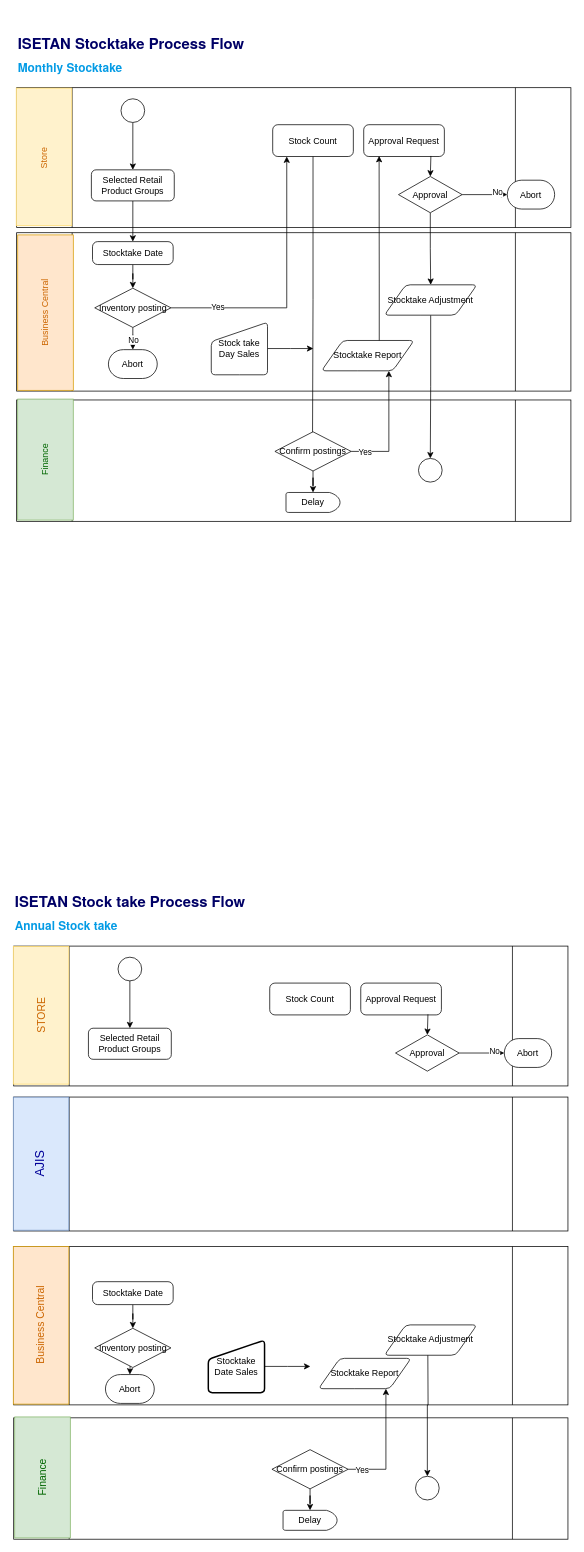
This is StockTake_Process_Flow.drawio from kasungl/Isetan_Help, a draw.io file, before an edit. Source tidied: cells renumbered, new cells numbered last; positions are measured from the earlier drawing's top-left corner, leaving out a move shared by most shapes. Both pictures are drawn from the tidied source at 74%, with x=0, y=0 at pixel (-38, 27).
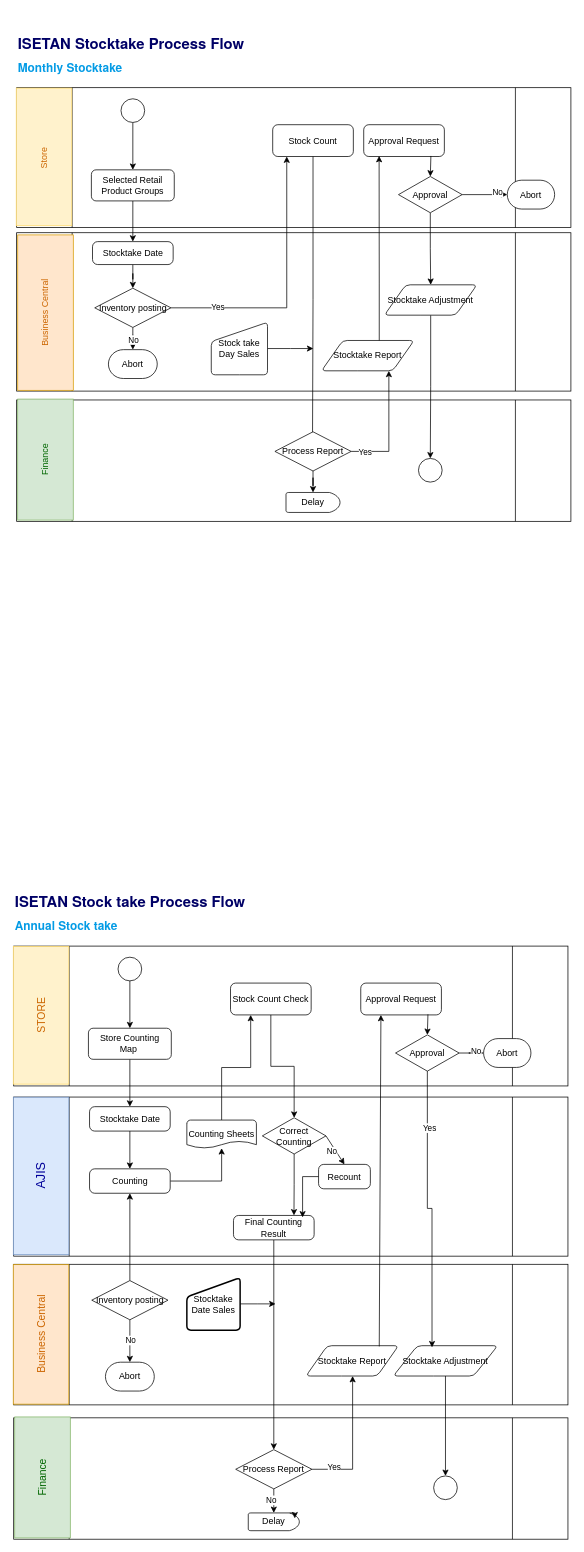
Above is the later version.

The change refers to these unchanged cells:
```xml
<mxCell id="69" value="Approval Request" style="rounded=1;whiteSpace=wrap;html=1;absoluteArcSize=1;arcSize=14;strokeWidth=1;" parent="1" vertex="1">
  <mxGeometry x="539" y="1291" width="109" height="43" as="geometry" />
</mxCell>
<mxCell id="70" value="Approval" style="strokeWidth=1;html=1;shape=mxgraph.flowchart.decision;whiteSpace=wrap;" parent="1" vertex="1">
  <mxGeometry x="586" y="1361" width="86" height="49" as="geometry" />
</mxCell>
```

Change to the diagram source:
```diff
@@
+    <mxCell id="78" style="shape=process;whiteSpace=wrap;html=1;backgroundOutline=1;rounded=0;" parent="1" vertex="1">
+      <mxGeometry x="70" y="1445" width="749" height="215" as="geometry" />
+    </mxCell>
@@
-    <mxCell id="30" value="Confirm postings" style="rhombus;whiteSpace=wrap;html=1;" parent="1" vertex="1">
+    <mxCell id="30" value="Process Report" style="rhombus;whiteSpace=wrap;html=1;" parent="1" vertex="1">
       <mxGeometry x="423" y="546" width="103" height="53" as="geometry" />
     </mxCell>
@@
     <mxCell id="45" style="shape=process;whiteSpace=wrap;html=1;backgroundOutline=1;rounded=0;" parent="1" vertex="1">
-      <mxGeometry x="70" y="1647" width="749" height="214" as="geometry" />
+      <mxGeometry x="70" y="1671" width="749" height="190" as="geometry" />
     </mxCell>
@@
     <mxCell id="50" value="&lt;font style=&quot;font-size: 14px;&quot;&gt;Business Central&lt;/font&gt;" style="rounded=0;whiteSpace=wrap;html=1;rotation=-90;strokeColor=#d79b00;fillColor=#ffe6cc;labelBorderColor=none;fontColor=#CC6600;" parent="1" vertex="1">
-      <mxGeometry x="0.5" y="1715.9" width="213" height="75.1" as="geometry" />
+      <mxGeometry x="12.7" y="1728.2" width="188.5" height="75.1" as="geometry" />
     </mxCell>
@@
+    <mxCell id="80" style="edgeStyle=orthogonalEdgeStyle;rounded=0;jettySize=auto;html=1;" parent="1" edge="1" source="53" target="60">
+      <mxGeometry relative="1" as="geometry" />
+    </mxCell>
-    <mxCell id="53" value="Selected Retail Product Groups" style="rounded=1;whiteSpace=wrap;html=1;" parent="1" vertex="1">
+    <mxCell id="53" value="Store Counting&lt;br&gt;Map&amp;nbsp;" style="rounded=1;whiteSpace=wrap;html=1;" parent="1" vertex="1">
       <mxGeometry x="171" y="1352" width="112" height="42" as="geometry" />
     </mxCell>
-    <mxCell id="54" style="edgeStyle=orthogonalEdgeStyle;rounded=0;jettySize=auto;html=1;" parent="1" edge="1" target="57">
-      <mxGeometry relative="1" as="geometry">
-        <mxPoint x="227" y="1780.5" as="sourcePoint" />
-      </mxGeometry>
+    <mxCell id="54" style="edgeStyle=orthogonalEdgeStyle;rounded=0;jettySize=auto;html=1;exitX=0.5;exitY=1;exitDx=0;exitDy=0;" parent="1" edge="1" source="56" target="57">
+      <mxGeometry relative="1" as="geometry" />
     </mxCell>
@@
+    <mxCell id="81" style="edgeStyle=orthogonalEdgeStyle;rounded=0;jettySize=auto;html=1;entryX=0.5;entryY=1;entryDx=0;entryDy=0;" parent="1" edge="1" source="56" target="87">
+      <mxGeometry relative="1" as="geometry" />
+    </mxCell>
     <mxCell id="56" value="Inventory posting" style="rhombus;whiteSpace=wrap;html=1;" parent="1" vertex="1">
-      <mxGeometry x="179.5" y="1757.5" width="103" height="53" as="geometry" />
+      <mxGeometry x="175.5" y="1693" width="103" height="53" as="geometry" />
     </mxCell>
     <mxCell id="57" value="Abort" style="strokeWidth=1;html=1;shape=mxgraph.flowchart.terminator;whiteSpace=wrap;" parent="1" vertex="1">
-      <mxGeometry x="194" y="1820" width="66" height="39" as="geometry" />
+      <mxGeometry x="194" y="1803.3" width="66" height="39" as="geometry" />
     </mxCell>
-    <mxCell id="58" value="Stock Count" style="rounded=1;whiteSpace=wrap;html=1;absoluteArcSize=1;arcSize=14;strokeWidth=1;" parent="1" vertex="1">
-      <mxGeometry x="416" y="1291" width="109" height="43" as="geometry" />
+    <mxCell id="58" value="Stock Count Check" style="rounded=1;whiteSpace=wrap;html=1;absoluteArcSize=1;arcSize=14;strokeWidth=1;" parent="1" vertex="1">
+      <mxGeometry x="363" y="1291" width="109" height="43" as="geometry" />
     </mxCell>
-    <mxCell id="59" style="edgeStyle=orthogonalEdgeStyle;rounded=0;jettySize=auto;html=1;entryX=0.5;entryY=0;entryDx=0;entryDy=0;" parent="1" edge="1" source="60" target="56">
-      <mxGeometry relative="1" as="geometry" />
-    </mxCell>
+    <mxCell id="82" style="edgeStyle=orthogonalEdgeStyle;rounded=0;jettySize=auto;html=1;entryX=0.5;entryY=0;entryDx=0;entryDy=0;" parent="1" edge="1" source="60" target="87">
+      <mxGeometry relative="1" as="geometry" />
+    </mxCell>
     <mxCell id="60" value="Stocktake Date" style="rounded=1;whiteSpace=wrap;html=1;absoluteArcSize=1;arcSize=14;strokeWidth=1;" parent="1" vertex="1">
-      <mxGeometry x="176.5" y="1694.5" width="109" height="31" as="geometry" />
+      <mxGeometry x="172.5" y="1458" width="109" height="33" as="geometry" />
     </mxCell>
-    <mxCell id="61" style="edgeStyle=orthogonalEdgeStyle;rounded=0;jettySize=auto;html=1;" parent="1" edge="1" source="62">
-      <mxGeometry relative="1" as="geometry">
-        <mxPoint x="470.9" y="1809" as="targetPoint" />
-      </mxGeometry>
-    </mxCell>
+    <mxCell id="83" style="edgeStyle=orthogonalEdgeStyle;rounded=0;jettySize=auto;html=1;" parent="1" edge="1" source="62">
+      <mxGeometry relative="1" as="geometry">
+        <mxPoint x="423.8" y="1724.5" as="targetPoint" />
+      </mxGeometry>
+    </mxCell>
     <mxCell id="62" value="Stocktake Date Sales" style="html=1;strokeWidth=2;shape=manualInput;whiteSpace=wrap;rounded=1;size=26;arcSize=11;" parent="1" vertex="1">
-      <mxGeometry x="333" y="1773.5" width="76" height="71" as="geometry" />
+      <mxGeometry x="304" y="1689" width="72" height="71" as="geometry" />
     </mxCell>
     <mxCell id="63" value="Stocktake Report" style="shape=parallelogram;html=1;strokeWidth=1;perimeter=parallelogramPerimeter;whiteSpace=wrap;rounded=1;arcSize=12;size=0.23;" parent="1" vertex="1">
-      <mxGeometry x="482" y="1798.1" width="125" height="41" as="geometry" />
+      <mxGeometry x="465" y="1781" width="125" height="41" as="geometry" />
     </mxCell>
+    <mxCell id="66" style="edgeStyle=orthogonalEdgeStyle;rounded=0;jettySize=auto;html=1;" parent="1" edge="1" source="67" target="68">
+      <mxGeometry relative="1" as="geometry" />
+    </mxCell>
+    <mxCell id="84" value="No" style="edgeLabel;html=1;align=center;verticalAlign=middle;" parent="66" vertex="1">
+      <mxGeometry x="-0.35" y="-4" relative="1" as="geometry" />
+    </mxCell>
     <mxCell id="64" style="edgeStyle=orthogonalEdgeStyle;rounded=0;jettySize=auto;html=1;" parent="1" edge="1" source="67" target="63">
       <mxGeometry relative="1" as="geometry">
         <Array as="points">
-          <mxPoint x="573" y="1948.5" />
+          <mxPoint x="528" y="1948" />
         </Array>
       </mxGeometry>
     </mxCell>
-    <mxCell id="65" value="Yes" style="edgeLabel;html=1;align=center;verticalAlign=middle;" parent="64" vertex="1">
-      <mxGeometry x="-0.77" y="-1" relative="1" as="geometry" />
-    </mxCell>
-    <mxCell id="66" style="edgeStyle=orthogonalEdgeStyle;rounded=0;jettySize=auto;html=1;" parent="1" edge="1" source="67" target="68">
-      <mxGeometry relative="1" as="geometry" />
-    </mxCell>
+    <mxCell id="85" value="Yes" style="edgeLabel;html=1;align=center;verticalAlign=middle;" parent="64" vertex="1">
+      <mxGeometry x="-0.68" y="3" relative="1" as="geometry" />
+    </mxCell>
-    <mxCell id="67" value="Confirm postings" style="rhombus;whiteSpace=wrap;html=1;" parent="1" vertex="1">
-      <mxGeometry x="419" y="1921.5" width="103" height="53" as="geometry" />
+    <mxCell id="67" value="Process Report" style="rhombus;whiteSpace=wrap;html=1;" parent="1" vertex="1">
+      <mxGeometry x="370" y="1921.5" width="103" height="53" as="geometry" />
     </mxCell>
-    <mxCell id="68" value="Delay" style="strokeWidth=1;html=1;shape=mxgraph.flowchart.delay;whiteSpace=wrap;" parent="1" vertex="1">
-      <mxGeometry x="434" y="2003.5" width="73" height="27" as="geometry" />
-    </mxCell>
@@
     <mxCell id="72" value="Abort" style="strokeWidth=1;html=1;shape=mxgraph.flowchart.terminator;whiteSpace=wrap;" parent="1" vertex="1">
-      <mxGeometry x="733" y="1366" width="64" height="39" as="geometry" />
+      <mxGeometry x="705" y="1366" width="64" height="39" as="geometry" />
     </mxCell>
@@
-    <mxCell id="75" style="edgeStyle=orthogonalEdgeStyle;rounded=0;jettySize=auto;html=1;entryX=0.5;entryY=0;entryDx=0;entryDy=0;" parent="1" edge="1" target="77">
-      <mxGeometry relative="1" as="geometry">
-        <mxPoint x="629.5" y="1763.9" as="sourcePoint" />
-      </mxGeometry>
+    <mxCell id="75" style="edgeStyle=orthogonalEdgeStyle;rounded=0;jettySize=auto;html=1;entryX=0.5;entryY=0;entryDx=0;entryDy=0;" parent="1" edge="1" source="76" target="77">
+      <mxGeometry relative="1" as="geometry" />
     </mxCell>
     <mxCell id="76" value="Stocktake Adjustment" style="shape=parallelogram;html=1;strokeWidth=1;perimeter=parallelogramPerimeter;whiteSpace=wrap;rounded=1;arcSize=12;size=0.23;" parent="1" vertex="1">
-      <mxGeometry x="571" y="1752.9" width="125" height="41" as="geometry" />
+      <mxGeometry x="583" y="1781" width="141" height="41" as="geometry" />
     </mxCell>
     <mxCell id="77" style="ellipse;whiteSpace=wrap;html=1;" parent="1" vertex="1">
-      <mxGeometry x="613" y="1957.5" width="32" height="32" as="geometry" />
+      <mxGeometry x="637.5" y="1957" width="32" height="32" as="geometry" />
     </mxCell>
-    <mxCell id="78" style="shape=process;whiteSpace=wrap;html=1;backgroundOutline=1;rounded=0;" parent="1" vertex="1">
-      <mxGeometry x="70" y="1445" width="749" height="181" as="geometry" />
-    </mxCell>
     <mxCell id="79" value="&lt;font style=&quot;font-size: 17px;&quot;&gt;AJIS&lt;/font&gt;" style="rounded=0;whiteSpace=wrap;html=1;rotation=-90;strokeColor=#6c8ebf;fillColor=#dae8fc;labelBorderColor=none;fontColor=#000099;" parent="1" vertex="1">
-      <mxGeometry x="17.1" y="1497.5" width="179.8" height="75.1" as="geometry" />
+      <mxGeometry x="0.6" y="1514.1" width="212.9" height="75.1" as="geometry" />
     </mxCell>
+    <mxCell id="86" style="edgeStyle=orthogonalEdgeStyle;rounded=0;jettySize=auto;html=1;" parent="1" edge="1" source="87" target="89">
+      <mxGeometry relative="1" as="geometry" />
+    </mxCell>
+    <mxCell id="87" value="Counting" style="rounded=1;whiteSpace=wrap;html=1;absoluteArcSize=1;arcSize=14;strokeWidth=1;" parent="1" vertex="1">
+      <mxGeometry x="172.5" y="1542" width="109" height="33" as="geometry" />
+    </mxCell>
+    <mxCell id="88" style="edgeStyle=orthogonalEdgeStyle;rounded=0;jettySize=auto;html=1;entryX=0.25;entryY=1;entryDx=0;entryDy=0;" parent="1" edge="1" source="89" target="58">
+      <mxGeometry relative="1" as="geometry" />
+    </mxCell>
+    <mxCell id="89" value="Counting Sheets" style="strokeWidth=1;html=1;shape=mxgraph.flowchart.document2;whiteSpace=wrap;size=0.25;" parent="1" vertex="1">
+      <mxGeometry x="304" y="1476.1" width="94" height="38" as="geometry" />
+    </mxCell>
+    <mxCell id="90" style="edgeStyle=orthogonalEdgeStyle;rounded=0;jettySize=auto;html=1;entryX=0.5;entryY=0;entryDx=0;entryDy=0;" parent="1" edge="1" source="91" target="67">
+      <mxGeometry relative="1" as="geometry" />
+    </mxCell>
+    <mxCell id="91" value="Final Counting Result" style="rounded=1;whiteSpace=wrap;html=1;absoluteArcSize=1;arcSize=14;strokeWidth=1;" parent="1" vertex="1">
+      <mxGeometry x="367" y="1605" width="109" height="33" as="geometry" />
+    </mxCell>
+    <mxCell id="92" style="edgeStyle=orthogonalEdgeStyle;rounded=0;jettySize=auto;html=1;entryX=0.75;entryY=0;entryDx=0;entryDy=0;" parent="1" edge="1" source="93" target="91">
+      <mxGeometry relative="1" as="geometry" />
+    </mxCell>
+    <mxCell id="93" value="Correct Counting" style="strokeWidth=1;html=1;shape=mxgraph.flowchart.decision;whiteSpace=wrap;" parent="1" vertex="1">
+      <mxGeometry x="406" y="1473" width="86" height="49" as="geometry" />
+    </mxCell>
+    <mxCell id="94" value="Recount" style="rounded=1;whiteSpace=wrap;html=1;absoluteArcSize=1;arcSize=14;strokeWidth=1;" parent="1" vertex="1">
+      <mxGeometry x="482" y="1536" width="70" height="33" as="geometry" />
+    </mxCell>
+    <mxCell id="95" style="edgeStyle=orthogonalEdgeStyle;rounded=0;jettySize=auto;html=1;entryX=0.5;entryY=0;entryDx=0;entryDy=0;entryPerimeter=0;" parent="1" edge="1" source="58" target="93">
+      <mxGeometry relative="1" as="geometry" />
+    </mxCell>
+    <mxCell id="96" style="edgeStyle=orthogonalEdgeStyle;rounded=0;jettySize=auto;html=1;entryX=0.857;entryY=0.081;entryDx=0;entryDy=0;entryPerimeter=0;" parent="1" edge="1" source="94" target="91">
+      <mxGeometry relative="1" as="geometry" />
+    </mxCell>
+    <mxCell id="97" style="endArrow=classic;html=1;rounded=0;entryX=0.5;entryY=0;entryDx=0;entryDy=0;exitX=1;exitY=0.5;exitDx=0;exitDy=0;exitPerimeter=0;" parent="1" edge="1" source="93" target="94">
+      <mxGeometry relative="1" as="geometry" />
+    </mxCell>
+    <mxCell id="98" value="No" style="edgeLabel;html=1;align=center;verticalAlign=middle;" parent="97" vertex="1">
+      <mxGeometry x="-0.03" y="-5" relative="1" as="geometry" />
+    </mxCell>
+    <mxCell id="99" style="endArrow=classic;html=1;rounded=0;entryX=0.25;entryY=1;entryDx=0;entryDy=0;" parent="1" edge="1" target="69">
+      <mxGeometry relative="1" as="geometry">
+        <mxPoint x="564" y="1782" as="sourcePoint" />
+      </mxGeometry>
+    </mxCell>
+    <mxCell id="100" style="edgeStyle=orthogonalEdgeStyle;rounded=0;jettySize=auto;html=1;entryX=0.371;entryY=0.055;entryDx=0;entryDy=0;entryPerimeter=0;" parent="1" edge="1" source="70" target="76">
+      <mxGeometry relative="1" as="geometry" />
+    </mxCell>
+    <mxCell id="101" value="Yes" style="edgeLabel;html=1;align=center;verticalAlign=middle;" parent="100" vertex="1">
+      <mxGeometry x="-0.6" y="2" relative="1" as="geometry" />
+    </mxCell>
+    <mxCell id="68" value="Delay" style="strokeWidth=1;html=1;shape=mxgraph.flowchart.delay;whiteSpace=wrap;" parent="1" vertex="1">
+      <mxGeometry x="387" y="2007" width="69" height="24" as="geometry" />
+    </mxCell>
+    <mxCell id="102" style="edgeStyle=orthogonalEdgeStyle;rounded=0;orthogonalLoop=1;jettySize=auto;html=1;exitX=0.81;exitY=0;exitDx=0;exitDy=0;exitPerimeter=0;entryX=0.911;entryY=0.306;entryDx=0;entryDy=0;entryPerimeter=0;" parent="1" edge="1" source="68" target="68">
+      <mxGeometry relative="1" as="geometry" />
+    </mxCell>
```
